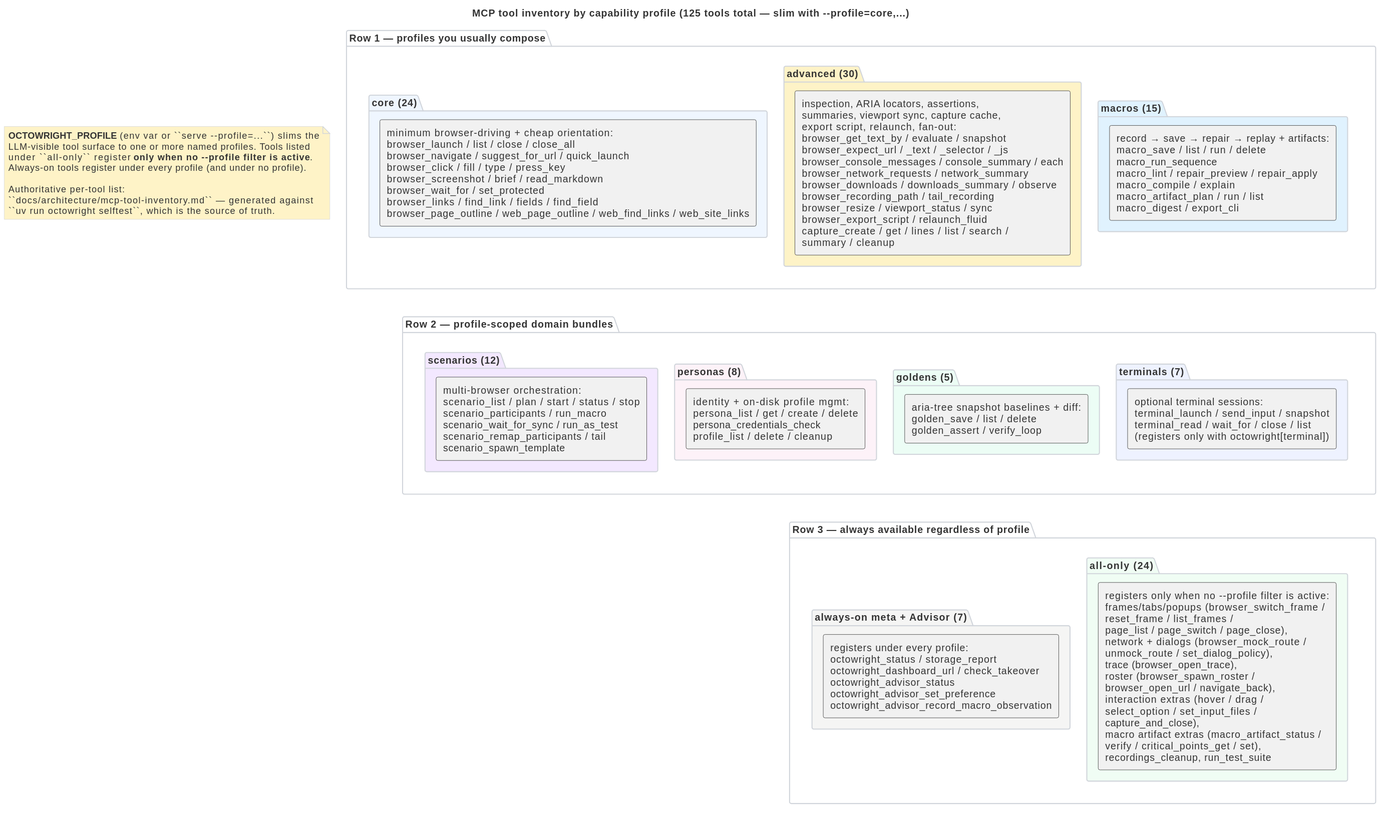
Earlier version of the PlantUML export docs/architecture/mcp-tool-surface.svg (livingstaccato/octowright). Its source is kept beside it as docs/architecture/mcp-tool-surface.puml.
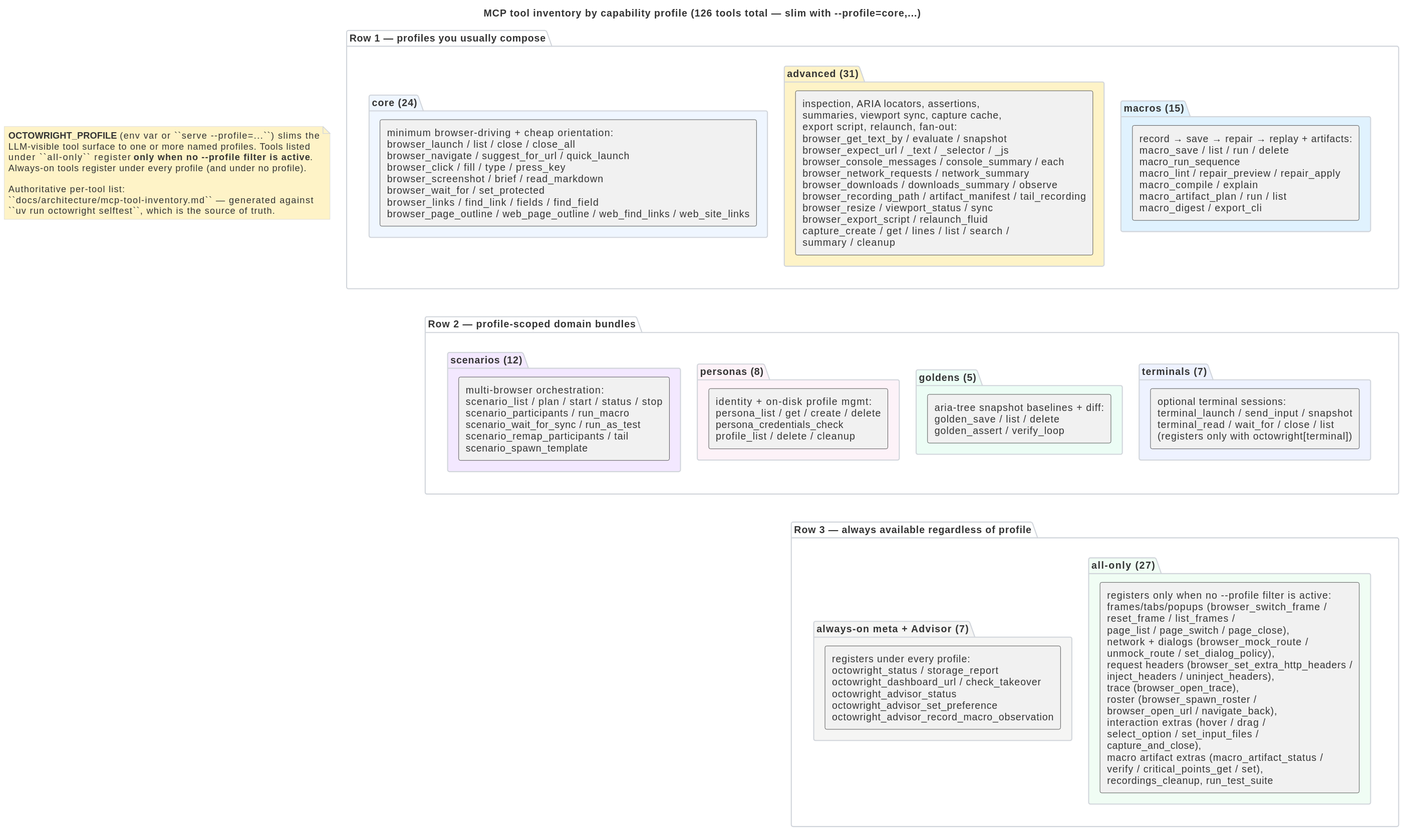
The same diagram one commit later.

The edit, as a diff of the source:
```diff
@@ -52,8 +52,8 @@
   package "always-on meta + Advisor (7)" as P_META #f5f5f4 {
     rectangle "registers under every profile:\noctowright_status / storage_report\noctowright_dashboard_url / check_takeover\noctowright_advisor_status\noctowright_advisor_set_preference\noctowright_advisor_record_macro_observation" as R_META
   }
-  package "all-only (24)" as P_ALL #f0fdf4 {
-    rectangle "registers only when no --profile filter is active:\nframes/tabs/popups (browser_switch_frame /\nreset_frame / list_frames /\npage_list / page_switch / page_close),\nnetwork + dialogs (browser_mock_route /\nunmock_route / set_dialog_policy),\ntrace (browser_open_trace),\nroster (browser_spawn_roster /\nbrowser_open_url / navigate_back),\ninteraction extras (hover / drag /\nselect_option / set_input_files /\ncapture_and_close),\nmacro artifact extras (macro_artifact_status /\nverify / critical_points_get / set),\nrecordings_cleanup, run_test_suite" as R_ALL
+  package "all-only (27)" as P_ALL #f0fdf4 {
+    rectangle "registers only when no --profile filter is active:\nframes/tabs/popups (browser_switch_frame /\nreset_frame / list_frames /\npage_list / page_switch / page_close),\nnetwork + dialogs (browser_mock_route /\nunmock_route / set_dialog_policy),\nrequest headers (browser_set_extra_http_headers /\ninject_headers / uninject_headers),\ntrace (browser_open_trace),\nroster (browser_spawn_roster /\nbrowser_open_url / navigate_back),\ninteraction extras (hover / drag /\nselect_option / set_input_files /\ncapture_and_close),\nmacro artifact extras (macro_artifact_status /\nverify / critical_points_get / set),\nrecordings_cleanup, run_test_suite" as R_ALL
   }
 }
 
```
